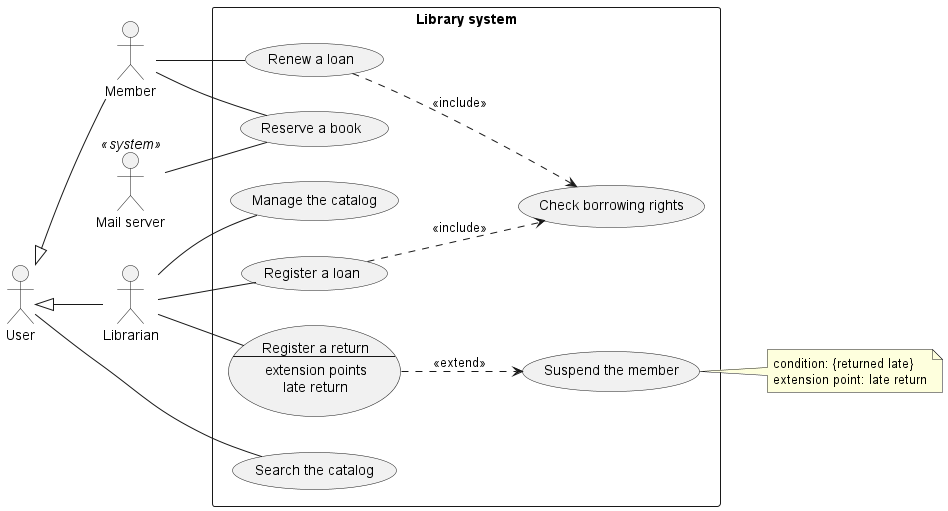
Earlier version of the PlantUML export docs/uml/use-cases.png (douaabdelhamid-sudo/tp2-library).
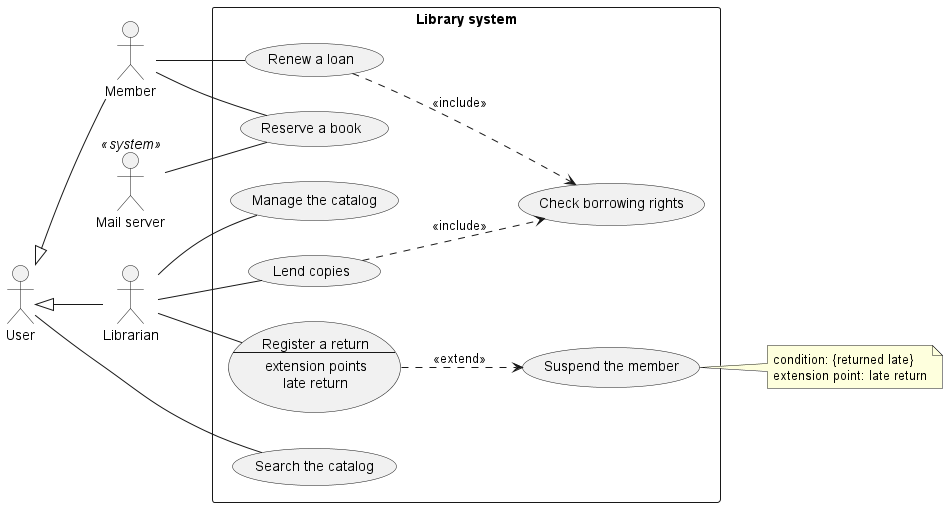
Above is the later version.

Commit message:
Update use case diagram

Diff of the diagram source:
```diff
@@ -17,7 +17,7 @@
 
     usecase "Renew a loan" as Renew
 
-    usecase "Register a loan" as Lend
+    usecase "Lend copies" as Lend
 
     usecase Return as "Register a return
     --
```
